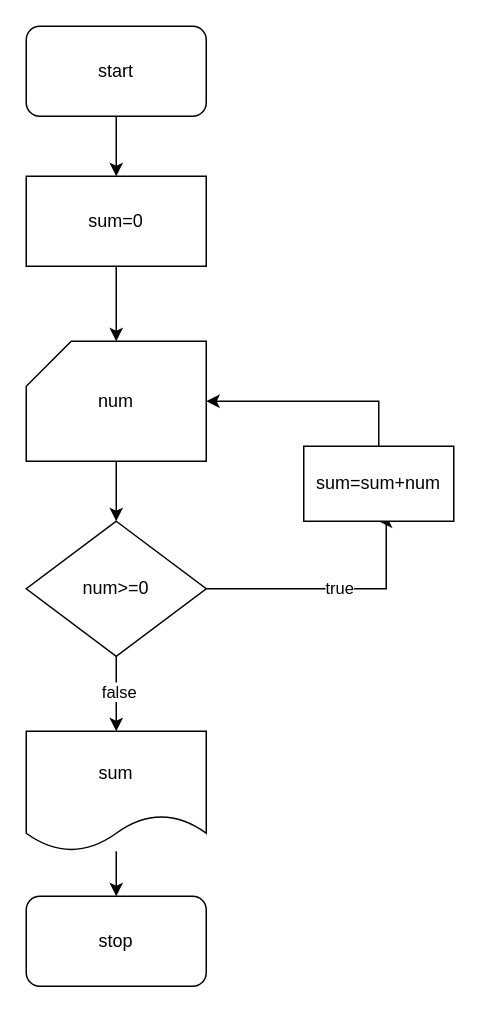
Above: q2.1.drawio in miriamnipom/miriam (draw.io), before the change. Source tidied: cells renumbered, new cells numbered last; positions are measured from the earlier drawing's top-left corner, leaving out a move shared by most shapes. Both pictures are drawn from the tidied source at 150%, with x=0, y=0 at pixel (26, 26).
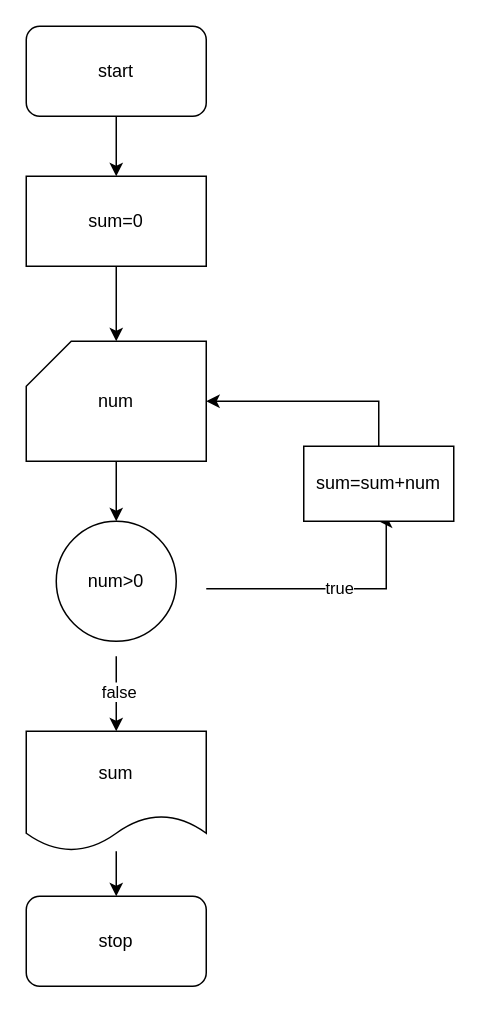
The same diagram, later.

Unchanged cells that the change refers to:
```xml
<mxCell id="11" value="sum=sum+num" style="whiteSpace=wrap;html=1;direction=south;" parent="1" vertex="1">
  <mxGeometry x="185" y="280" width="100" height="50" as="geometry" />
</mxCell>
```

Change to the diagram source:
```diff
@@
-    <mxCell id="6" style="edgeStyle=orthogonalEdgeStyle;rounded=0;jettySize=auto;html=1;entryX=1;entryY=0.5;entryDx=0;entryDy=0;" parent="1" edge="1" source="10" target="11">
+    <mxCell id="6" style="edgeStyle=orthogonalEdgeStyle;rounded=0;jettySize=auto;html=1;entryX=1;entryY=0.5;entryDx=0;entryDy=0;" parent="1" edge="1" target="11">
       <mxGeometry relative="1" as="geometry">
+        <mxPoint x="120" y="375" as="sourcePoint" />
         <Array as="points">
           <mxPoint x="240" y="375" />
           <mxPoint x="240" y="330" />
         </Array>
       </mxGeometry>
     </mxCell>
@@
-    <mxCell id="8" style="edgeStyle=orthogonalEdgeStyle;rounded=0;jettySize=auto;html=1;" parent="1" edge="1" source="10">
+    <mxCell id="8" style="edgeStyle=orthogonalEdgeStyle;rounded=0;orthogonalLoop=1;jettySize=auto;html=1;" parent="1" edge="1">
       <mxGeometry relative="1" as="geometry">
+        <mxPoint x="60" y="420" as="sourcePoint" />
         <mxPoint x="60" y="470" as="targetPoint" />
       </mxGeometry>
     </mxCell>
@@
-    <mxCell id="10" value="num&amp;gt;=0" style="rhombus;whiteSpace=wrap;html=1;" parent="1" vertex="1">
-      <mxGeometry y="330" width="120" height="90" as="geometry" />
-    </mxCell>
@@
+    <mxCell id="18" value="num&amp;gt;0" style="ellipse;whiteSpace=wrap;html=1;" parent="1" vertex="1">
+      <mxGeometry x="20" y="330" width="80" height="80" as="geometry" />
+    </mxCell>
```
